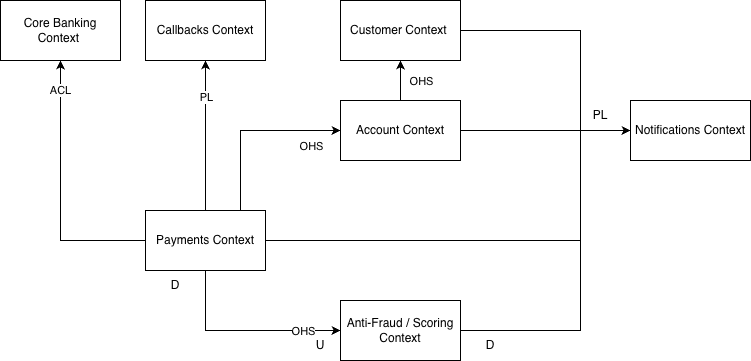
This is week1/context.drawio.png from krsvyat/system-design, a draw.io export, as it was before one commit. Source tidied: cells renumbered, new cells last; positions are measured from the earlier drawing's top-left corner, leaving out a move shared by most shapes.
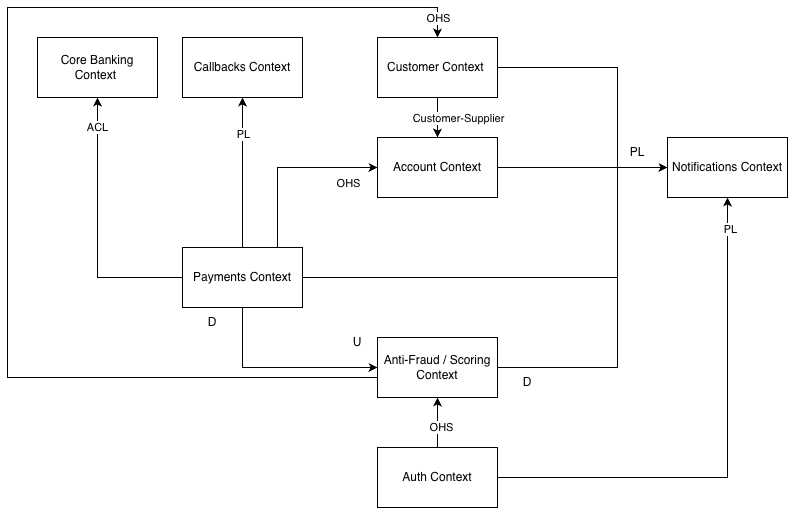
The same diagram one commit later.

Diff of the diagram source:
```diff
@@ -10,6 +10,20 @@
         </Array>
       </mxGeometry>
     </mxCell>
+    <mxCell id="27" style="edgeStyle=orthogonalEdgeStyle;rounded=0;jettySize=auto;html=1;endArrow=none;endFill=0;startArrow=classic;startFill=1;" parent="1" edge="1" source="3" target="15">
+      <mxGeometry relative="1" as="geometry">
+        <Array as="points">
+          <mxPoint x="400" y="-30" />
+          <mxPoint x="-30" y="-30" />
+          <mxPoint x="-30" y="340" />
+        </Array>
+      </mxGeometry>
+    </mxCell>
+    <mxCell id="28" value="OHS" style="edgeLabel;html=1;align=center;verticalAlign=middle;" parent="27" vertex="1">
+      <mxGeometry x="-0.93" y="-2" relative="1" as="geometry">
+        <mxPoint x="11" y="12" as="offset" />
+      </mxGeometry>
+    </mxCell>
     <mxCell id="3" value="&lt;p&gt;Customer Context&amp;nbsp;&lt;/p&gt;" style="rounded=0;whiteSpace=wrap;html=1;" parent="1" vertex="1">
       <mxGeometry x="340" width="120" height="60" as="geometry" />
     </mxCell>
@@ -47,16 +61,6 @@
         <mxPoint x="69" y="-5" as="offset" />
       </mxGeometry>
     </mxCell>
-    <mxCell id="11" style="edgeStyle=orthogonalEdgeStyle;rounded=0;jettySize=auto;html=1;entryX=0;entryY=0.5;entryDx=0;entryDy=0;" parent="1" edge="1" source="13" target="15">
-      <mxGeometry relative="1" as="geometry">
-        <Array as="points">
-          <mxPoint x="205" y="330" />
-        </Array>
-      </mxGeometry>
-    </mxCell>
-    <mxCell id="12" value="OHS" style="edgeLabel;html=1;align=center;verticalAlign=middle;" parent="11" vertex="1">
-      <mxGeometry x="0.61" relative="1" as="geometry" />
-    </mxCell>
     <mxCell id="13" value="&lt;p&gt;Payments Context&lt;/p&gt;" style="rounded=0;whiteSpace=wrap;html=1;" parent="1" vertex="1">
       <mxGeometry x="145" y="210" width="120" height="60" as="geometry" />
     </mxCell>
@@ -82,7 +86,7 @@
         </Array>
       </mxGeometry>
     </mxCell>
-    <mxCell id="18" style="edgeStyle=orthogonalEdgeStyle;rounded=0;jettySize=auto;html=1;" parent="1" edge="1" source="20" target="3">
+    <mxCell id="18" style="edgeStyle=orthogonalEdgeStyle;rounded=0;jettySize=auto;html=1;startArrow=classic;startFill=1;endArrow=none;endFill=0;" parent="1" edge="1" source="20" target="3">
       <mxGeometry relative="1" as="geometry">
         <Array as="points">
           <mxPoint x="400" y="70" />
@@ -90,7 +94,7 @@
         </Array>
       </mxGeometry>
     </mxCell>
-    <mxCell id="19" value="OHS" style="edgeLabel;html=1;align=center;verticalAlign=middle;" parent="18" vertex="1">
+    <mxCell id="19" value="Customer-Supplier" style="edgeLabel;html=1;align=center;verticalAlign=middle;" parent="18" vertex="1">
       <mxGeometry x="0.31" y="-4" relative="1" as="geometry">
         <mxPoint x="16" y="6" as="offset" />
       </mxGeometry>
@@ -108,13 +112,35 @@
       <mxGeometry x="570" y="100" width="60" height="30" as="geometry" />
     </mxCell>
     <mxCell id="24" value="U" style="text;html=1;whiteSpace=wrap;strokeColor=none;fillColor=none;align=center;verticalAlign=middle;rounded=0;" parent="1" vertex="1">
-      <mxGeometry x="290" y="330" width="60" height="30" as="geometry" />
+      <mxGeometry x="290" y="290" width="60" height="30" as="geometry" />
     </mxCell>
+    <mxCell id="11" style="edgeStyle=orthogonalEdgeStyle;rounded=0;jettySize=auto;html=1;" parent="1" edge="1" source="13" target="15">
+      <mxGeometry relative="1" as="geometry">
+        <Array as="points">
+          <mxPoint x="205" y="330" />
+        </Array>
+      </mxGeometry>
+    </mxCell>
     <mxCell id="25" value="D" style="text;html=1;whiteSpace=wrap;strokeColor=none;fillColor=none;align=center;verticalAlign=middle;rounded=0;" parent="1" vertex="1">
       <mxGeometry x="145" y="270" width="60" height="30" as="geometry" />
     </mxCell>
     <mxCell id="26" value="D" style="text;html=1;whiteSpace=wrap;strokeColor=none;fillColor=none;align=center;verticalAlign=middle;rounded=0;" parent="1" vertex="1">
       <mxGeometry x="460" y="330" width="60" height="30" as="geometry" />
     </mxCell>
+    <mxCell id="29" style="edgeStyle=orthogonalEdgeStyle;rounded=0;jettySize=auto;html=1;" parent="1" edge="1" source="33" target="15">
+      <mxGeometry relative="1" as="geometry" />
+    </mxCell>
+    <mxCell id="30" value="OHS" style="edgeLabel;html=1;align=center;verticalAlign=middle;" parent="29" vertex="1">
+      <mxGeometry x="-0.16" y="-3" relative="1" as="geometry" />
+    </mxCell>
+    <mxCell id="31" style="edgeStyle=orthogonalEdgeStyle;rounded=0;jettySize=auto;html=1;" parent="1" edge="1" source="33" target="21">
+      <mxGeometry relative="1" as="geometry" />
+    </mxCell>
+    <mxCell id="32" value="PL" style="edgeLabel;html=1;align=center;verticalAlign=middle;" parent="31" vertex="1">
+      <mxGeometry x="0.88" y="-2" relative="1" as="geometry" />
+    </mxCell>
+    <mxCell id="33" value="Auth Context" style="rounded=0;whiteSpace=wrap;html=1;" parent="1" vertex="1">
+      <mxGeometry x="340" y="410" width="120" height="60" as="geometry" />
+    </mxCell>
   </root>
 </mxGraphModel>
```
